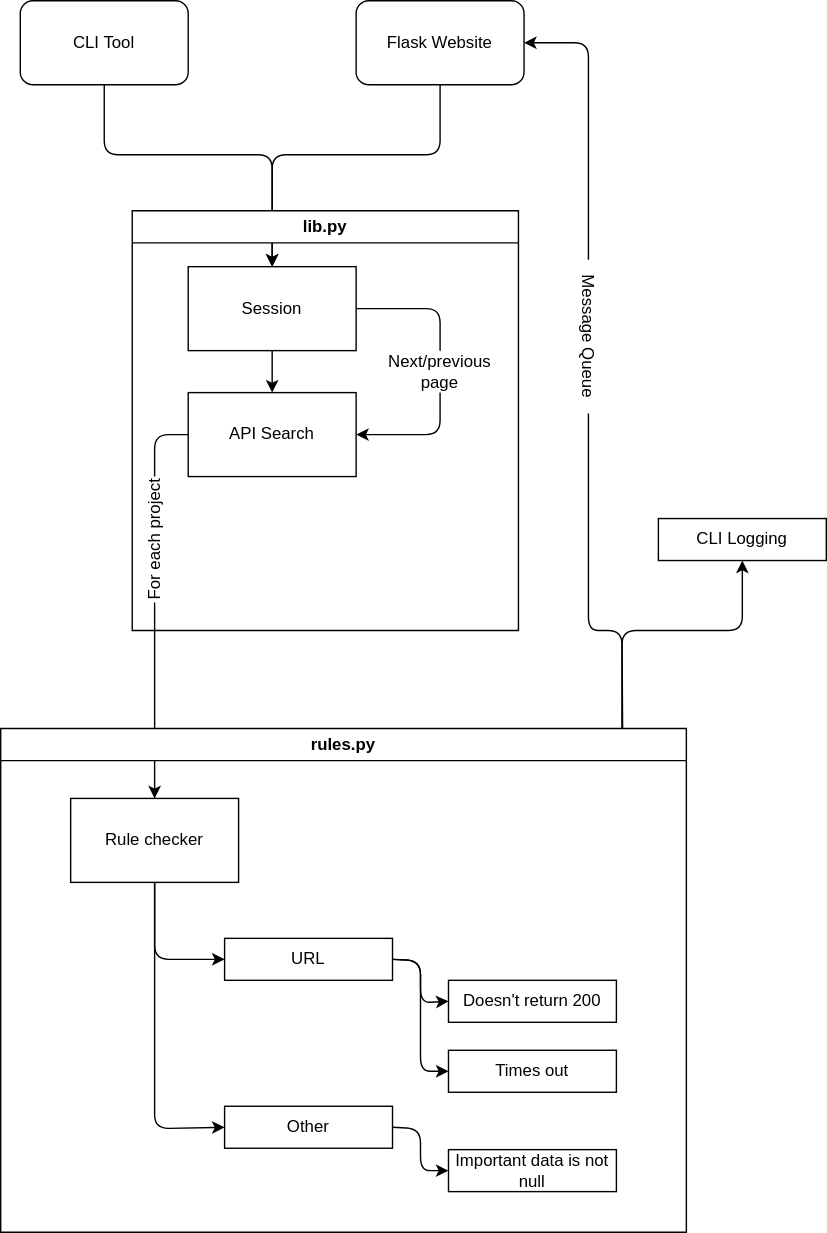
3top1a/biotools-linter keeps this draw.io diagram as architecture.drawio.svg. Above is the earlier version. Source tidied: cells renumbered, new cells last; positions are measured from the earlier drawing's top-left corner, leaving out a move shared by most shapes.
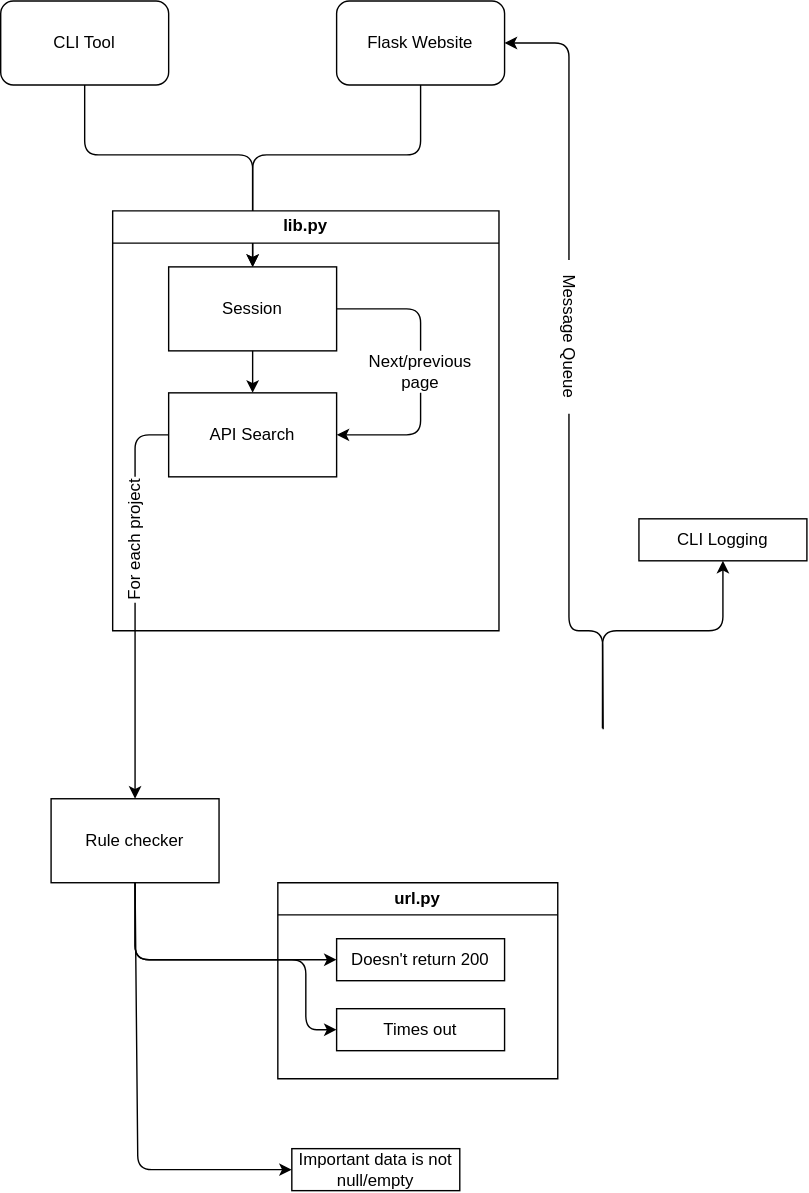
The same diagram one commit later.

Commit message:
Moved rules into dedicated directory, makes much more sense now

Diff of the diagram source:
```diff
@@ -66,8 +66,9 @@
         </Array>
       </mxGeometry>
     </mxCell>
-    <mxCell id="16" style="edgeStyle=none;html=1;entryX=0.5;entryY=1;entryDx=0;entryDy=0;exitX=0.906;exitY=-0.001;exitDx=0;exitDy=0;exitPerimeter=0;" parent="1" edge="1" source="18" target="30">
+    <mxCell id="16" style="edgeStyle=none;html=1;entryX=0.5;entryY=1;entryDx=0;entryDy=0;exitX=0.906;exitY=-0.001;exitDx=0;exitDy=0;exitPerimeter=0;" parent="1" edge="1" target="30">
       <mxGeometry relative="1" as="geometry">
+        <mxPoint x="443.9" y="519.6" as="sourcePoint" />
         <Array as="points">
           <mxPoint x="444" y="450" />
           <mxPoint x="530" y="450" />
@@ -81,70 +82,12 @@
         </Array>
       </mxGeometry>
     </mxCell>
-    <mxCell id="18" value="rules.py" style="swimlane;whiteSpace=wrap;html=1;" parent="1" vertex="1">
-      <mxGeometry y="520" width="490" height="360" as="geometry" />
-    </mxCell>
-    <mxCell id="19" value="Rule checker" style="rounded=0;whiteSpace=wrap;html=1;" parent="18" vertex="1">
-      <mxGeometry x="50" y="50" width="120" height="60" as="geometry" />
-    </mxCell>
-    <mxCell id="20" value="URL" style="rounded=0;whiteSpace=wrap;html=1;" parent="18" vertex="1">
-      <mxGeometry x="160" y="150" width="120" height="30" as="geometry" />
-    </mxCell>
-    <mxCell id="21" style="edgeStyle=none;html=1;exitX=0.5;exitY=1;exitDx=0;exitDy=0;entryX=0;entryY=0.5;entryDx=0;entryDy=0;" parent="18" edge="1" source="19" target="20">
-      <mxGeometry relative="1" as="geometry">
-        <Array as="points">
-          <mxPoint x="110" y="165" />
-        </Array>
-      </mxGeometry>
-    </mxCell>
-    <mxCell id="22" value="Other" style="rounded=0;whiteSpace=wrap;html=1;" parent="18" vertex="1">
-      <mxGeometry x="160" y="270" width="120" height="30" as="geometry" />
-    </mxCell>
-    <mxCell id="23" style="edgeStyle=none;html=1;exitX=0.5;exitY=1;exitDx=0;exitDy=0;entryX=0;entryY=0.5;entryDx=0;entryDy=0;" parent="18" edge="1" source="19" target="22">
-      <mxGeometry relative="1" as="geometry">
-        <Array as="points">
-          <mxPoint x="110" y="286" />
-        </Array>
-      </mxGeometry>
-    </mxCell>
-    <mxCell id="24" value="Doesn't return 200" style="rounded=0;whiteSpace=wrap;html=1;" parent="18" vertex="1">
-      <mxGeometry x="320" y="180" width="120" height="30" as="geometry" />
-    </mxCell>
-    <mxCell id="25" style="edgeStyle=none;html=1;exitX=1;exitY=0.5;exitDx=0;exitDy=0;entryX=0;entryY=0.5;entryDx=0;entryDy=0;" parent="18" edge="1" source="20" target="24">
-      <mxGeometry relative="1" as="geometry">
-        <Array as="points">
-          <mxPoint x="300" y="166" />
-          <mxPoint x="300" y="196" />
-        </Array>
-      </mxGeometry>
-    </mxCell>
-    <mxCell id="26" value="Times out" style="rounded=0;whiteSpace=wrap;html=1;" parent="18" vertex="1">
-      <mxGeometry x="320" y="230" width="120" height="30" as="geometry" />
-    </mxCell>
-    <mxCell id="27" style="edgeStyle=none;html=1;exitX=1;exitY=0.5;exitDx=0;exitDy=0;entryX=0;entryY=0.5;entryDx=0;entryDy=0;" parent="18" edge="1" source="20" target="26">
-      <mxGeometry relative="1" as="geometry">
-        <Array as="points">
-          <mxPoint x="300" y="166" />
-          <mxPoint x="300" y="245" />
-        </Array>
-      </mxGeometry>
-    </mxCell>
-    <mxCell id="28" value="Important data is not null" style="rounded=0;whiteSpace=wrap;html=1;" parent="18" vertex="1">
-      <mxGeometry x="320" y="301" width="120" height="30" as="geometry" />
-    </mxCell>
-    <mxCell id="29" style="edgeStyle=none;html=1;entryX=0;entryY=0.5;entryDx=0;entryDy=0;exitX=1;exitY=0.5;exitDx=0;exitDy=0;" parent="18" edge="1" source="22" target="28">
-      <mxGeometry relative="1" as="geometry">
-        <Array as="points">
-          <mxPoint x="300" y="286" />
-          <mxPoint x="300" y="316" />
-        </Array>
-      </mxGeometry>
-    </mxCell>
     <mxCell id="30" value="CLI Logging" style="rounded=0;whiteSpace=wrap;html=1;" parent="1" vertex="1">
       <mxGeometry x="470" y="370" width="120" height="30" as="geometry" />
     </mxCell>
-    <mxCell id="31" style="edgeStyle=none;html=1;exitX=0.907;exitY=0.001;exitDx=0;exitDy=0;entryX=1;entryY=0.5;entryDx=0;entryDy=0;exitPerimeter=0;endArrow=none;" parent="1" edge="1" source="18" target="32">
+    <mxCell id="31" style="edgeStyle=none;html=1;exitX=0.907;exitY=0.001;exitDx=0;exitDy=0;entryX=1;entryY=0.5;entryDx=0;entryDy=0;exitPerimeter=0;endArrow=none;" parent="1" edge="1" target="32">
       <mxGeometry relative="1" as="geometry">
+        <mxPoint x="444.4" y="520.4" as="sourcePoint" />
         <Array as="points">
           <mxPoint x="444" y="450" />
           <mxPoint x="420" y="450" />
@@ -154,5 +97,44 @@
     <mxCell id="32" value="Message Queue" style="text;html=1;strokeColor=none;fillColor=none;align=center;verticalAlign=middle;whiteSpace=wrap;rounded=0;rotation=90;" parent="1" vertex="1">
       <mxGeometry x="365" y="225" width="110" height="30" as="geometry" />
     </mxCell>
+    <mxCell id="19" value="Rule checker" style="rounded=0;whiteSpace=wrap;html=1;" parent="1" vertex="1">
+      <mxGeometry x="50" y="570" width="120" height="60" as="geometry" />
+    </mxCell>
+    <mxCell id="28" value="Important data is not null/empty" style="rounded=0;whiteSpace=wrap;html=1;" parent="1" vertex="1">
+      <mxGeometry x="222" y="820" width="120" height="30" as="geometry" />
+    </mxCell>
+    <mxCell id="21" style="edgeStyle=none;html=1;exitX=0.5;exitY=1;exitDx=0;exitDy=0;entryX=0;entryY=0.5;entryDx=0;entryDy=0;" parent="1" edge="1" source="19" target="24">
+      <mxGeometry relative="1" as="geometry">
+        <Array as="points">
+          <mxPoint x="110" y="685" />
+        </Array>
+      </mxGeometry>
+    </mxCell>
+    <mxCell id="23" style="edgeStyle=none;html=1;exitX=0.5;exitY=1;exitDx=0;exitDy=0;entryX=0;entryY=0.5;entryDx=0;entryDy=0;" parent="1" edge="1" source="19" target="28">
+      <mxGeometry relative="1" as="geometry">
+        <Array as="points">
+          <mxPoint x="112" y="835" />
+        </Array>
+      </mxGeometry>
+    </mxCell>
+    <mxCell id="33" value="url.py" style="swimlane;whiteSpace=wrap;html=1;startSize=23;" parent="1" vertex="1">
+      <mxGeometry x="212" y="630" width="200" height="140" as="geometry" />
+    </mxCell>
+    <mxCell id="26" value="Times out" style="rounded=0;whiteSpace=wrap;html=1;" parent="33" vertex="1">
+      <mxGeometry x="42" y="90" width="120" height="30" as="geometry" />
+    </mxCell>
+    <mxCell id="24" value="Doesn't return 200" style="rounded=0;whiteSpace=wrap;html=1;" parent="33" vertex="1">
+      <mxGeometry x="42" y="40" width="120" height="30" as="geometry" />
+    </mxCell>
+    <mxCell id="34" style="edgeStyle=none;html=1;exitX=0.5;exitY=1;exitDx=0;exitDy=0;entryX=0;entryY=0.5;entryDx=0;entryDy=0;" parent="1" edge="1" target="26">
+      <mxGeometry relative="1" as="geometry">
+        <mxPoint x="110" y="630" as="sourcePoint" />
+        <Array as="points">
+          <mxPoint x="110" y="685" />
+          <mxPoint x="232" y="685" />
+          <mxPoint x="232" y="735" />
+        </Array>
+      </mxGeometry>
+    </mxCell>
   </root>
 </mxGraphModel>
```
